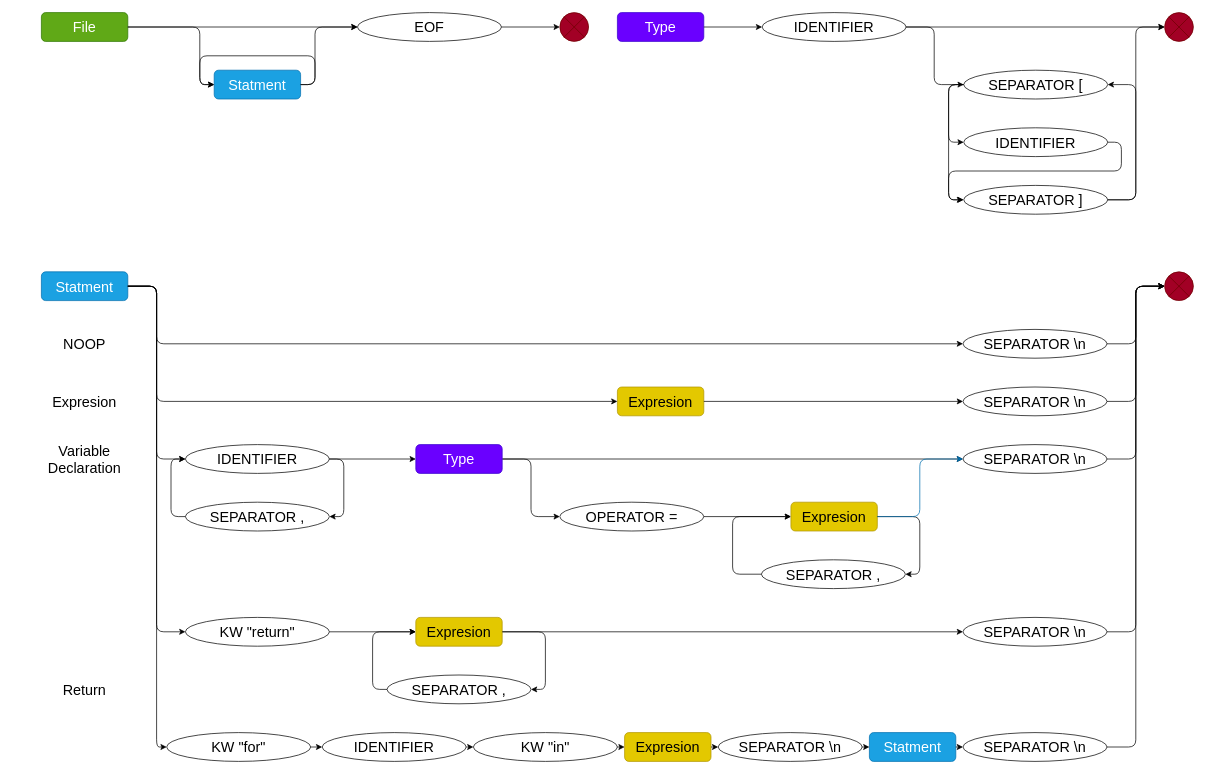
Earlier version of the draw.io diagram flowcharts/Untitled Diagram.drawio (rattle-devs/rattle-compiler). Source tidied: cells renumbered, new cells numbered last; positions are measured from the earlier drawing's top-left corner, leaving out a move shared by most shapes. Both pictures are drawn from the tidied source at 72%, with x=0, y=0 at pixel (41, 12).
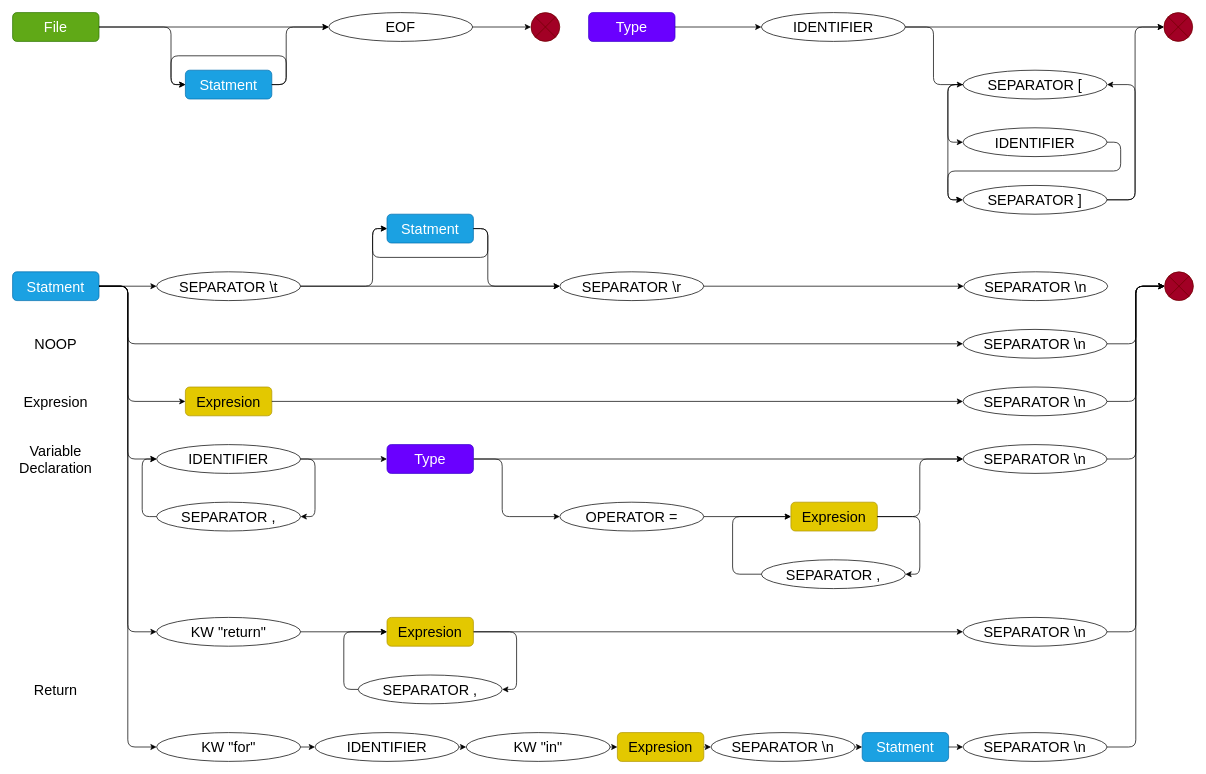
After the change.

Commit message:
block statment

The change refers to these unchanged cells:
```xml
<mxCell id="13" value="&lt;font style=&quot;font-size: 20px&quot;&gt;SEPARATOR \n&lt;br&gt;&lt;/font&gt;" style="ellipse;whiteSpace=wrap;html=1;rounded=1;shadow=0;" parent="1" vertex="1">
  <mxGeometry x="1280" y="440" width="200" height="40" as="geometry" />
</mxCell>
<mxCell id="29" value="&lt;font style=&quot;font-size: 20px&quot;&gt;SEPARATOR \n&lt;br&gt;&lt;/font&gt;" style="ellipse;whiteSpace=wrap;html=1;rounded=1;shadow=0;" parent="1" vertex="1">
  <mxGeometry x="1280" y="600" width="200" height="40" as="geometry" />
</mxCell>
<mxCell id="31" value="&lt;font style=&quot;font-size: 20px&quot;&gt;OPERATOR =&lt;br&gt;&lt;/font&gt;" style="ellipse;whiteSpace=wrap;html=1;rounded=1;shadow=0;" parent="1" vertex="1">
  <mxGeometry x="720" y="680" width="200" height="40" as="geometry" />
</mxCell>
<mxCell id="33" value="Expresion" style="rounded=1;whiteSpace=wrap;html=1;shadow=0;fontSize=20;fillColor=#e3c800;strokeColor=#B09500;fontColor=#000000;" parent="1" vertex="1">
  <mxGeometry x="1041" y="680" width="120" height="40" as="geometry" />
</mxCell>
```

The edit, as a diff of the source:
```diff
@@
     <mxCell id="2" value="&lt;font style=&quot;font-size: 20px&quot;&gt;File&lt;br&gt;&lt;/font&gt;" style="rounded=1;whiteSpace=wrap;html=1;fillColor=#60a917;strokeColor=#2D7600;fontColor=#ffffff;" parent="1" vertex="1">
-      <mxGeometry width="120" height="40" as="geometry" />
+      <mxGeometry x="-40" width="120" height="40" as="geometry" />
     </mxCell>
     <mxCell id="3" value="&lt;font style=&quot;font-size: 20px&quot;&gt;EOF&lt;/font&gt;" style="ellipse;whiteSpace=wrap;html=1;rounded=1;shadow=0;" parent="1" vertex="1">
-      <mxGeometry x="439" width="200" height="40" as="geometry" />
+      <mxGeometry x="399" width="200" height="40" as="geometry" />
     </mxCell>
     <mxCell id="4" style="verticalLabelPosition=bottom;verticalAlign=top;html=1;shape=mxgraph.flowchart.or;rounded=1;shadow=0;fillColor=#a20025;strokeColor=#6F0000;fontColor=#ffffff;" parent="1" vertex="1">
-      <mxGeometry x="720" width="40" height="40" as="geometry" />
+      <mxGeometry x="680" width="40" height="40" as="geometry" />
     </mxCell>
@@
     <mxCell id="6" value="Statment" style="rounded=1;whiteSpace=wrap;html=1;shadow=0;fontSize=20;fillColor=#1ba1e2;strokeColor=#006EAF;fontColor=#ffffff;" parent="1" vertex="1">
-      <mxGeometry x="240" y="80" width="120" height="40" as="geometry" />
+      <mxGeometry x="200" y="80" width="120" height="40" as="geometry" />
     </mxCell>
@@
     <mxCell id="8" style="endArrow=classic;html=1;entryX=0;entryY=0.5;entryDx=0;entryDy=0;exitX=1;exitY=0.5;exitDx=0;exitDy=0;" parent="1" edge="1" source="2" target="6">
       <mxGeometry relative="1" as="geometry">
         <Array as="points">
-          <mxPoint x="220" y="20" />
-          <mxPoint x="220" y="100" />
+          <mxPoint x="180" y="20" />
+          <mxPoint x="180" y="100" />
         </Array>
       </mxGeometry>
     </mxCell>
     <mxCell id="9" style="endArrow=classic;html=1;entryX=0;entryY=0.5;entryDx=0;entryDy=0;" parent="1" edge="1" target="3">
       <mxGeometry relative="1" as="geometry">
-        <mxPoint x="360" y="100" as="sourcePoint" />
+        <mxPoint x="320" y="100" as="sourcePoint" />
         <Array as="points">
-          <mxPoint x="380" y="100" />
-          <mxPoint x="380" y="20" />
+          <mxPoint x="340" y="100" />
+          <mxPoint x="340" y="20" />
         </Array>
       </mxGeometry>
     </mxCell>
     <mxCell id="10" style="endArrow=classic;html=1;entryX=0;entryY=0.5;entryDx=0;entryDy=0;" parent="1" edge="1" target="6">
       <mxGeometry relative="1" as="geometry">
-        <mxPoint x="360" y="100" as="sourcePoint" />
+        <mxPoint x="320" y="100" as="sourcePoint" />
         <Array as="points">
-          <mxPoint x="380" y="100" />
-          <mxPoint x="380" y="60" />
-          <mxPoint x="220" y="60" />
-          <mxPoint x="220" y="100" />
+          <mxPoint x="340" y="100" />
+          <mxPoint x="340" y="60" />
+          <mxPoint x="180" y="60" />
+          <mxPoint x="180" y="100" />
         </Array>
       </mxGeometry>
     </mxCell>
     <mxCell id="11" value="Statment" style="rounded=1;whiteSpace=wrap;html=1;shadow=0;fontSize=20;fillColor=#1ba1e2;strokeColor=#006EAF;fontColor=#ffffff;" parent="1" vertex="1">
-      <mxGeometry y="360" width="120" height="40" as="geometry" />
+      <mxGeometry x="-40" y="360" width="120" height="40" as="geometry" />
     </mxCell>
     <mxCell id="12" style="endArrow=classic;html=1;entryX=0;entryY=0.5;entryDx=0;entryDy=0;" parent="1" edge="1" target="13">
       <mxGeometry relative="1" as="geometry">
-        <mxPoint x="120" y="380" as="sourcePoint" />
+        <mxPoint x="80" y="380" as="sourcePoint" />
         <Array as="points">
-          <mxPoint x="160" y="380" />
-          <mxPoint x="160" y="460" />
+          <mxPoint x="120" y="380" />
+          <mxPoint x="120" y="460" />
         </Array>
       </mxGeometry>
     </mxCell>
@@
     <mxCell id="16" value="&lt;font style=&quot;font-size: 20px&quot;&gt;NOOP&lt;/font&gt;" style="text;html=1;strokeColor=none;fillColor=none;align=center;verticalAlign=middle;whiteSpace=wrap;rounded=0;" parent="1" vertex="1">
-      <mxGeometry y="440" width="120" height="40" as="geometry" />
+      <mxGeometry x="-40" y="440" width="120" height="40" as="geometry" />
     </mxCell>
     <mxCell id="17" value="Expresion" style="rounded=1;whiteSpace=wrap;html=1;shadow=0;fontSize=20;fillColor=#e3c800;strokeColor=#B09500;fontColor=#000000;" parent="1" vertex="1">
-      <mxGeometry x="800" y="520" width="120" height="40" as="geometry" />
+      <mxGeometry x="200" y="520" width="120" height="40" as="geometry" />
     </mxCell>
     <mxCell id="18" style="endArrow=classic;html=1;exitX=1;exitY=0.5;exitDx=0;exitDy=0;entryX=0;entryY=0.5;entryDx=0;entryDy=0;" parent="1" edge="1" source="11" target="17">
       <mxGeometry relative="1" as="geometry">
         <Array as="points">
-          <mxPoint x="160" y="380" />
-          <mxPoint x="160" y="540" />
+          <mxPoint x="120" y="380" />
+          <mxPoint x="120" y="540" />
         </Array>
       </mxGeometry>
     </mxCell>
@@
     <mxCell id="22" value="&lt;font style=&quot;font-size: 20px&quot;&gt;Expresion&lt;br&gt;&lt;/font&gt;" style="text;html=1;strokeColor=none;fillColor=none;align=center;verticalAlign=middle;whiteSpace=wrap;rounded=0;" parent="1" vertex="1">
-      <mxGeometry y="520" width="120" height="40" as="geometry" />
+      <mxGeometry x="-40" y="520" width="120" height="40" as="geometry" />
     </mxCell>
     <mxCell id="23" value="&lt;font style=&quot;font-size: 20px&quot;&gt;IDENTIFIER&lt;br&gt;&lt;/font&gt;" style="ellipse;whiteSpace=wrap;html=1;rounded=1;shadow=0;" parent="1" vertex="1">
-      <mxGeometry x="200" y="600" width="200" height="40" as="geometry" />
+      <mxGeometry x="160" y="600" width="200" height="40" as="geometry" />
     </mxCell>
     <mxCell id="24" style="endArrow=classic;html=1;" parent="1" edge="1">
       <mxGeometry relative="1" as="geometry">
-        <mxPoint x="120" y="380" as="sourcePoint" />
-        <mxPoint x="200" y="620" as="targetPoint" />
+        <mxPoint x="80" y="380" as="sourcePoint" />
+        <mxPoint x="160" y="620" as="targetPoint" />
         <Array as="points">
-          <mxPoint x="160" y="380" />
-          <mxPoint x="160" y="620" />
+          <mxPoint x="120" y="380" />
+          <mxPoint x="120" y="620" />
         </Array>
       </mxGeometry>
     </mxCell>
@@
     <mxCell id="26" value="&lt;font style=&quot;font-size: 20px&quot;&gt;SEPARATOR ,&lt;br&gt;&lt;/font&gt;" style="ellipse;whiteSpace=wrap;html=1;rounded=1;shadow=0;" parent="1" vertex="1">
-      <mxGeometry x="200" y="680" width="200" height="40" as="geometry" />
+      <mxGeometry x="160" y="680" width="200" height="40" as="geometry" />
     </mxCell>
     <mxCell id="27" style="endArrow=classic;html=1;exitX=1;exitY=0.5;exitDx=0;exitDy=0;entryX=1;entryY=0.5;entryDx=0;entryDy=0;" parent="1" edge="1" source="23" target="26">
       <mxGeometry relative="1" as="geometry">
         <Array as="points">
-          <mxPoint x="420" y="620" />
-          <mxPoint x="420" y="700" />
+          <mxPoint x="380" y="620" />
+          <mxPoint x="380" y="700" />
         </Array>
       </mxGeometry>
     </mxCell>
     <mxCell id="28" style="endArrow=classic;html=1;exitX=0;exitY=0.5;exitDx=0;exitDy=0;entryX=0;entryY=0.5;entryDx=0;entryDy=0;" parent="1" edge="1" source="26" target="23">
       <mxGeometry relative="1" as="geometry">
         <Array as="points">
-          <mxPoint x="180" y="700" />
-          <mxPoint x="180" y="620" />
+          <mxPoint x="140" y="700" />
+          <mxPoint x="140" y="620" />
         </Array>
       </mxGeometry>
     </mxCell>
@@
     <mxCell id="32" style="endArrow=classic;html=1;entryX=0;entryY=0.5;entryDx=0;entryDy=0;exitX=1;exitY=0.5;exitDx=0;exitDy=0;" parent="1" edge="1" source="60" target="31">
       <mxGeometry relative="1" as="geometry">
         <Array as="points">
-          <mxPoint x="680" y="620" />
-          <mxPoint x="680" y="700" />
+          <mxPoint x="640" y="620" />
+          <mxPoint x="640" y="700" />
         </Array>
       </mxGeometry>
     </mxCell>
@@
-    <mxCell id="38" style="endArrow=classic;html=1;exitX=1;exitY=0.5;exitDx=0;exitDy=0;fillColor=#1ba1e2;strokeColor=#006EAF;entryX=0;entryY=0.5;entryDx=0;entryDy=0;" parent="1" edge="1" source="33" target="29">
+    <mxCell id="38" style="endArrow=classic;html=1;exitX=1;exitY=0.5;exitDx=0;exitDy=0;entryX=0;entryY=0.5;entryDx=0;entryDy=0;" parent="1" edge="1" source="33" target="29">
       <mxGeometry relative="1" as="geometry">
         <Array as="points">
           <mxPoint x="1220" y="700" />
           <mxPoint x="1220" y="620" />
         </Array>
       </mxGeometry>
     </mxCell>
@@
     <mxCell id="40" value="&lt;font style=&quot;font-size: 20px&quot;&gt;Variable Declaration&lt;br&gt;&lt;/font&gt;" style="text;html=1;strokeColor=none;fillColor=none;align=center;verticalAlign=middle;whiteSpace=wrap;rounded=0;" parent="1" vertex="1">
-      <mxGeometry y="600" width="120" height="40" as="geometry" />
+      <mxGeometry x="-40" y="600" width="120" height="40" as="geometry" />
     </mxCell>
     <mxCell id="41" value="&lt;font style=&quot;font-size: 20px&quot;&gt;KW &quot;return&quot;&lt;br&gt;&lt;/font&gt;" style="ellipse;whiteSpace=wrap;html=1;rounded=1;shadow=0;" parent="1" vertex="1">
-      <mxGeometry x="200" y="840" width="200" height="40" as="geometry" />
+      <mxGeometry x="160" y="840" width="200" height="40" as="geometry" />
     </mxCell>
     <mxCell id="42" style="endArrow=classic;html=1;exitX=1;exitY=0.5;exitDx=0;exitDy=0;entryX=0;entryY=0.5;entryDx=0;entryDy=0;" parent="1" edge="1" source="11" target="41">
       <mxGeometry relative="1" as="geometry">
         <Array as="points">
-          <mxPoint x="160" y="380" />
-          <mxPoint x="160" y="860" />
+          <mxPoint x="120" y="380" />
+          <mxPoint x="120" y="860" />
         </Array>
       </mxGeometry>
     </mxCell>
     <mxCell id="43" value="&lt;font style=&quot;font-size: 20px&quot;&gt;SEPARATOR ,&lt;br&gt;&lt;/font&gt;" style="ellipse;whiteSpace=wrap;html=1;rounded=1;shadow=0;" parent="1" vertex="1">
-      <mxGeometry x="480" y="920" width="200" height="40" as="geometry" />
+      <mxGeometry x="440" y="920" width="200" height="40" as="geometry" />
     </mxCell>
     <mxCell id="44" style="endArrow=classic;html=1;exitX=1;exitY=0.5;exitDx=0;exitDy=0;entryX=1;entryY=0.5;entryDx=0;entryDy=0;" parent="1" edge="1" source="46" target="43">
       <mxGeometry relative="1" as="geometry">
         <Array as="points">
-          <mxPoint x="700" y="860" />
-          <mxPoint x="700" y="940" />
+          <mxPoint x="660" y="860" />
+          <mxPoint x="660" y="940" />
         </Array>
       </mxGeometry>
     </mxCell>
     <mxCell id="45" style="endArrow=classic;html=1;exitX=0;exitY=0.5;exitDx=0;exitDy=0;entryX=0;entryY=0.5;entryDx=0;entryDy=0;" parent="1" edge="1" source="43" target="46">
       <mxGeometry relative="1" as="geometry">
         <Array as="points">
-          <mxPoint x="460" y="940" />
-          <mxPoint x="460" y="860" />
+          <mxPoint x="420" y="940" />
+          <mxPoint x="420" y="860" />
         </Array>
       </mxGeometry>
     </mxCell>
     <mxCell id="46" value="Expresion" style="rounded=1;whiteSpace=wrap;html=1;shadow=0;fontSize=20;fillColor=#e3c800;strokeColor=#B09500;fontColor=#000000;" parent="1" vertex="1">
-      <mxGeometry x="520" y="840" width="120" height="40" as="geometry" />
+      <mxGeometry x="480" y="840" width="120" height="40" as="geometry" />
     </mxCell>
@@
     <mxCell id="51" value="&lt;font style=&quot;font-size: 20px&quot;&gt;Return&lt;br&gt;&lt;/font&gt;" style="text;html=1;strokeColor=none;fillColor=none;align=center;verticalAlign=middle;whiteSpace=wrap;rounded=0;" parent="1" vertex="1">
-      <mxGeometry y="920" width="120" height="40" as="geometry" />
+      <mxGeometry x="-40" y="920" width="120" height="40" as="geometry" />
     </mxCell>
     <mxCell id="52" value="&lt;font style=&quot;font-size: 20px&quot;&gt;KW &quot;for&quot;&lt;br&gt;&lt;/font&gt;" style="ellipse;whiteSpace=wrap;html=1;rounded=1;shadow=0;" parent="1" vertex="1">
-      <mxGeometry x="174" y="1000" width="200" height="40" as="geometry" />
+      <mxGeometry x="160" y="1000" width="200" height="40" as="geometry" />
     </mxCell>
     <mxCell id="53" style="endArrow=classic;html=1;entryX=0;entryY=0.5;entryDx=0;entryDy=0;exitX=1;exitY=0.5;exitDx=0;exitDy=0;" parent="1" edge="1" source="11" target="52">
       <mxGeometry relative="1" as="geometry">
         <Array as="points">
-          <mxPoint x="160" y="380" />
-          <mxPoint x="160" y="1020" />
+          <mxPoint x="120" y="380" />
+          <mxPoint x="120" y="1020" />
         </Array>
       </mxGeometry>
     </mxCell>
     <mxCell id="54" value="&lt;font style=&quot;font-size: 20px&quot;&gt;IDENTIFIER&lt;br&gt;&lt;/font&gt;" style="ellipse;whiteSpace=wrap;html=1;rounded=1;shadow=0;" parent="1" vertex="1">
-      <mxGeometry x="390" y="1000" width="200" height="40" as="geometry" />
+      <mxGeometry x="380" y="1000" width="200" height="40" as="geometry" />
     </mxCell>
@@
     <mxCell id="56" value="&lt;font style=&quot;font-size: 20px&quot;&gt;KW &quot;in&quot;&lt;br&gt;&lt;/font&gt;" style="ellipse;whiteSpace=wrap;html=1;rounded=1;shadow=0;" parent="1" vertex="1">
-      <mxGeometry x="600" y="1000" width="200" height="40" as="geometry" />
+      <mxGeometry x="590" y="1000" width="200" height="40" as="geometry" />
     </mxCell>
@@
     <mxCell id="58" value="Expresion" style="rounded=1;whiteSpace=wrap;html=1;shadow=0;fontSize=20;fillColor=#e3c800;strokeColor=#B09500;fontColor=#000000;" parent="1" vertex="1">
-      <mxGeometry x="810" y="1000" width="120" height="40" as="geometry" />
+      <mxGeometry x="800" y="1000" width="120" height="40" as="geometry" />
     </mxCell>
@@
     <mxCell id="60" value="Type" style="rounded=1;whiteSpace=wrap;html=1;shadow=0;fontSize=20;fillColor=#6a00ff;strokeColor=#3700CC;fontColor=#ffffff;" parent="1" vertex="1">
-      <mxGeometry x="520" y="600" width="120" height="40" as="geometry" />
+      <mxGeometry x="480" y="600" width="120" height="40" as="geometry" />
     </mxCell>
     <mxCell id="61" value="Type" style="rounded=1;whiteSpace=wrap;html=1;shadow=0;fontSize=20;fillColor=#6a00ff;strokeColor=#3700CC;fontColor=#ffffff;" parent="1" vertex="1">
-      <mxGeometry x="800" width="120" height="40" as="geometry" />
+      <mxGeometry x="760" width="120" height="40" as="geometry" />
     </mxCell>
     <mxCell id="62" value="&lt;font style=&quot;font-size: 20px&quot;&gt;IDENTIFIER&lt;br&gt;&lt;/font&gt;" style="ellipse;whiteSpace=wrap;html=1;rounded=1;shadow=0;" parent="1" vertex="1">
-      <mxGeometry x="1001" width="200" height="40" as="geometry" />
+      <mxGeometry x="1000" width="200" height="40" as="geometry" />
     </mxCell>
     <mxCell id="63" value="&lt;font style=&quot;font-size: 20px&quot;&gt;SEPARATOR [&lt;br&gt;&lt;/font&gt;" style="ellipse;whiteSpace=wrap;html=1;rounded=1;shadow=0;" parent="1" vertex="1">
-      <mxGeometry x="1281" y="80" width="200" height="40" as="geometry" />
+      <mxGeometry x="1280" y="80" width="200" height="40" as="geometry" />
     </mxCell>
     <mxCell id="64" value="&lt;font style=&quot;font-size: 20px&quot;&gt;SEPARATOR ]&lt;br&gt;&lt;/font&gt;" style="ellipse;whiteSpace=wrap;html=1;rounded=1;shadow=0;" parent="1" vertex="1">
-      <mxGeometry x="1281" y="240" width="200" height="40" as="geometry" />
+      <mxGeometry x="1280" y="240" width="200" height="40" as="geometry" />
     </mxCell>
     <mxCell id="65" value="&lt;font style=&quot;font-size: 20px&quot;&gt;IDENTIFIER&lt;br&gt;&lt;/font&gt;" style="ellipse;whiteSpace=wrap;html=1;rounded=1;shadow=0;" parent="1" vertex="1">
-      <mxGeometry x="1281" y="160" width="200" height="40" as="geometry" />
+      <mxGeometry x="1280" y="160" width="200" height="40" as="geometry" />
     </mxCell>
     <mxCell id="66" style="endArrow=classic;html=1;exitX=1;exitY=0.5;exitDx=0;exitDy=0;entryX=0;entryY=0.5;entryDx=0;entryDy=0;" parent="1" edge="1" source="62" target="63">
       <mxGeometry relative="1" as="geometry">
         <Array as="points">
-          <mxPoint x="1240" y="20" />
-          <mxPoint x="1240" y="100" />
+          <mxPoint x="1239" y="20" />
+          <mxPoint x="1239" y="100" />
         </Array>
       </mxGeometry>
     </mxCell>
     <mxCell id="67" value="&lt;font style=&quot;font-size: 20px&quot;&gt;SEPARATOR \n&lt;br&gt;&lt;/font&gt;" style="ellipse;whiteSpace=wrap;html=1;rounded=1;shadow=0;" parent="1" vertex="1">
-      <mxGeometry x="940" y="1000" width="200" height="40" as="geometry" />
+      <mxGeometry x="930" y="1000" width="200" height="40" as="geometry" />
     </mxCell>
@@
     <mxCell id="69" value="Statment" style="rounded=1;whiteSpace=wrap;html=1;shadow=0;fontSize=20;fillColor=#1ba1e2;strokeColor=#006EAF;fontColor=#ffffff;" parent="1" vertex="1">
-      <mxGeometry x="1150" y="1000" width="120" height="40" as="geometry" />
+      <mxGeometry x="1140" y="1000" width="120" height="40" as="geometry" />
     </mxCell>
@@
     <mxCell id="75" style="verticalLabelPosition=bottom;verticalAlign=top;html=1;shape=mxgraph.flowchart.or;rounded=1;shadow=0;fillColor=#a20025;strokeColor=#6F0000;fontColor=#ffffff;" parent="1" vertex="1">
-      <mxGeometry x="1560" width="40" height="40" as="geometry" />
+      <mxGeometry x="1559" width="40" height="40" as="geometry" />
     </mxCell>
@@
     <mxCell id="77" style="endArrow=classic;html=1;exitX=0;exitY=0.5;exitDx=0;exitDy=0;entryX=0;entryY=0.5;entryDx=0;entryDy=0;" parent="1" edge="1" source="63" target="64">
       <mxGeometry relative="1" as="geometry">
         <Array as="points">
-          <mxPoint x="1260" y="100" />
-          <mxPoint x="1260" y="260" />
+          <mxPoint x="1259" y="100" />
+          <mxPoint x="1259" y="260" />
         </Array>
       </mxGeometry>
     </mxCell>
     <mxCell id="78" style="endArrow=classic;html=1;exitX=0;exitY=0.5;exitDx=0;exitDy=0;entryX=0;entryY=0.5;entryDx=0;entryDy=0;" parent="1" edge="1" source="63" target="65">
       <mxGeometry relative="1" as="geometry">
         <Array as="points">
-          <mxPoint x="1260" y="100" />
-          <mxPoint x="1260" y="180" />
+          <mxPoint x="1259" y="100" />
+          <mxPoint x="1259" y="180" />
         </Array>
       </mxGeometry>
     </mxCell>
     <mxCell id="79" style="endArrow=classic;html=1;exitX=1;exitY=0.5;exitDx=0;exitDy=0;" parent="1" edge="1" source="65">
       <mxGeometry relative="1" as="geometry">
-        <mxPoint x="1280" y="260" as="targetPoint" />
+        <mxPoint x="1279" y="260" as="targetPoint" />
         <Array as="points">
-          <mxPoint x="1500" y="180" />
-          <mxPoint x="1500" y="220" />
-          <mxPoint x="1260" y="220" />
-          <mxPoint x="1260" y="260" />
+          <mxPoint x="1499" y="180" />
+          <mxPoint x="1499" y="220" />
+          <mxPoint x="1259" y="220" />
+          <mxPoint x="1259" y="260" />
         </Array>
       </mxGeometry>
     </mxCell>
     <mxCell id="80" style="endArrow=classic;html=1;exitX=1;exitY=0.5;exitDx=0;exitDy=0;entryX=1;entryY=0.5;entryDx=0;entryDy=0;" parent="1" edge="1" source="64" target="63">
       <mxGeometry relative="1" as="geometry">
         <Array as="points">
-          <mxPoint x="1520" y="260" />
-          <mxPoint x="1520" y="100" />
+          <mxPoint x="1519" y="260" />
+          <mxPoint x="1519" y="100" />
         </Array>
       </mxGeometry>
     </mxCell>
     <mxCell id="81" style="endArrow=classic;html=1;exitX=1;exitY=0.5;exitDx=0;exitDy=0;entryX=0;entryY=0.5;entryDx=0;entryDy=0;entryPerimeter=0;" parent="1" edge="1" source="64" target="75">
       <mxGeometry relative="1" as="geometry">
         <Array as="points">
-          <mxPoint x="1520" y="260" />
-          <mxPoint x="1520" y="20" />
+          <mxPoint x="1519" y="260" />
+          <mxPoint x="1519" y="20" />
         </Array>
       </mxGeometry>
     </mxCell>
+    <mxCell id="82" value="&lt;font style=&quot;font-size: 20px&quot;&gt;SEPARATOR \n&lt;br&gt;&lt;/font&gt;" style="ellipse;whiteSpace=wrap;html=1;rounded=1;shadow=0;" parent="1" vertex="1">
+      <mxGeometry x="1281" y="360" width="200" height="40" as="geometry" />
+    </mxCell>
+    <mxCell id="83" value="&lt;font style=&quot;font-size: 20px&quot;&gt;SEPARATOR \r&lt;br&gt;&lt;/font&gt;" style="ellipse;whiteSpace=wrap;html=1;rounded=1;shadow=0;" parent="1" vertex="1">
+      <mxGeometry x="720" y="360" width="200" height="40" as="geometry" />
+    </mxCell>
+    <mxCell id="84" value="&lt;font style=&quot;font-size: 20px&quot;&gt;SEPARATOR \t&lt;br&gt;&lt;/font&gt;" style="ellipse;whiteSpace=wrap;html=1;rounded=1;shadow=0;" parent="1" vertex="1">
+      <mxGeometry x="160" y="360" width="200" height="40" as="geometry" />
+    </mxCell>
+    <mxCell id="85" value="Statment" style="rounded=1;whiteSpace=wrap;html=1;shadow=0;fontSize=20;fillColor=#1ba1e2;strokeColor=#006EAF;fontColor=#ffffff;" parent="1" vertex="1">
+      <mxGeometry x="480" y="280" width="120" height="40" as="geometry" />
+    </mxCell>
+    <mxCell id="86" style="endArrow=classic;html=1;exitX=1;exitY=0.5;exitDx=0;exitDy=0;entryX=0;entryY=0.5;entryDx=0;entryDy=0;" parent="1" edge="1" source="83" target="82">
+      <mxGeometry relative="1" as="geometry" />
+    </mxCell>
+    <mxCell id="87" style="endArrow=classic;html=1;exitX=1;exitY=0.5;exitDx=0;exitDy=0;entryX=0;entryY=0.5;entryDx=0;entryDy=0;" parent="1" edge="1" source="11" target="84">
+      <mxGeometry relative="1" as="geometry" />
+    </mxCell>
+    <mxCell id="88" style="endArrow=classic;html=1;exitX=1;exitY=0.5;exitDx=0;exitDy=0;entryX=0;entryY=0.5;entryDx=0;entryDy=0;" parent="1" edge="1" source="84" target="83">
+      <mxGeometry relative="1" as="geometry" />
+    </mxCell>
+    <mxCell id="89" style="endArrow=classic;html=1;exitX=1;exitY=0.5;exitDx=0;exitDy=0;entryX=0;entryY=0.5;entryDx=0;entryDy=0;" parent="1" edge="1" source="84" target="85">
+      <mxGeometry relative="1" as="geometry">
+        <Array as="points">
+          <mxPoint x="460" y="380" />
+          <mxPoint x="460" y="300" />
+        </Array>
+      </mxGeometry>
+    </mxCell>
+    <mxCell id="90" style="endArrow=classic;html=1;exitX=1;exitY=0.5;exitDx=0;exitDy=0;entryX=0;entryY=0.5;entryDx=0;entryDy=0;" parent="1" edge="1" source="85" target="83">
+      <mxGeometry relative="1" as="geometry">
+        <Array as="points">
+          <mxPoint x="620" y="300" />
+          <mxPoint x="620" y="380" />
+        </Array>
+      </mxGeometry>
+    </mxCell>
+    <mxCell id="91" style="endArrow=classic;html=1;exitX=1;exitY=0.5;exitDx=0;exitDy=0;entryX=0;entryY=0.5;entryDx=0;entryDy=0;" parent="1" edge="1" source="85" target="85">
+      <mxGeometry relative="1" as="geometry">
+        <Array as="points">
+          <mxPoint x="620" y="300" />
+          <mxPoint x="620" y="340" />
+          <mxPoint x="460" y="340" />
+          <mxPoint x="460" y="300" />
+        </Array>
+      </mxGeometry>
+    </mxCell>
```
